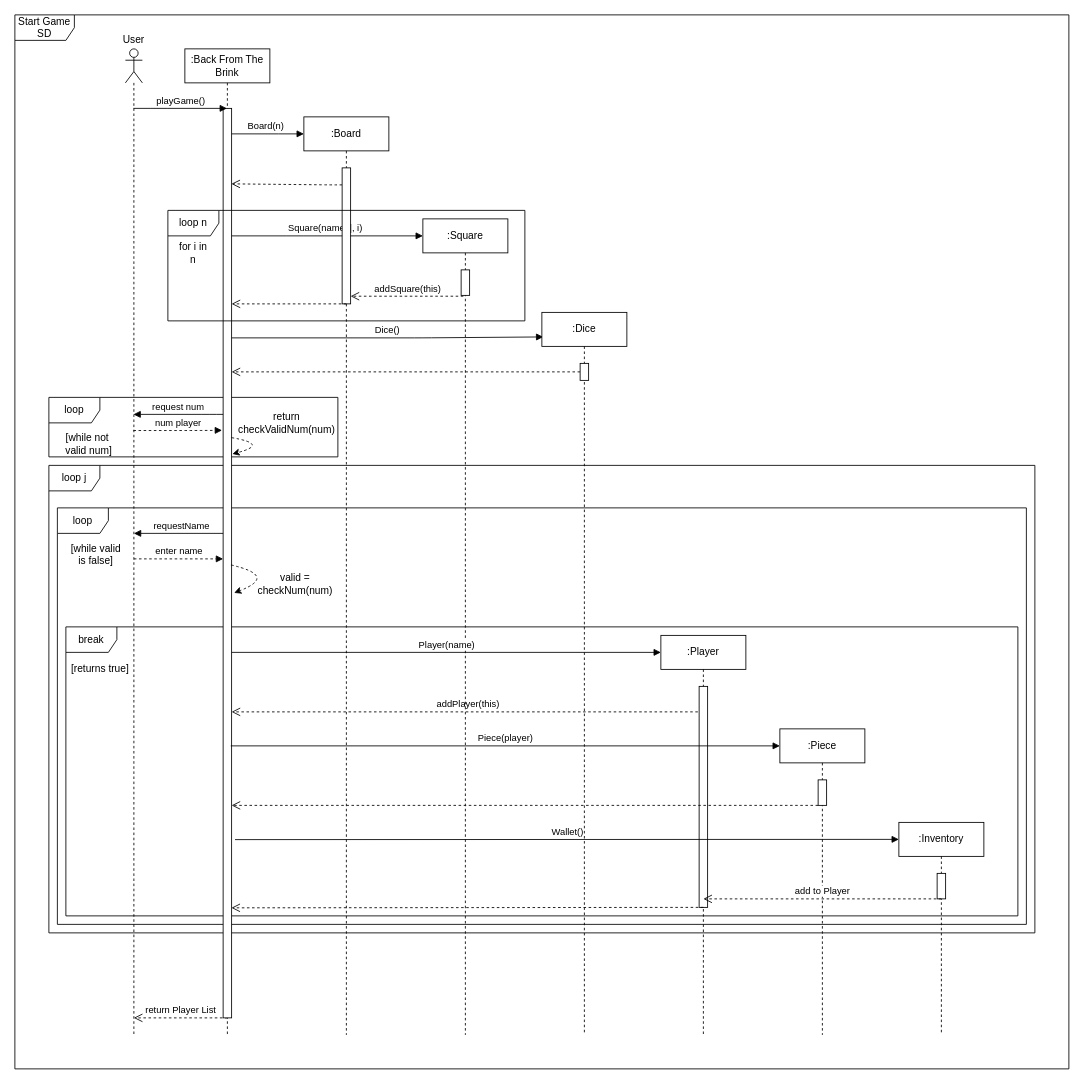
This is Documentation/Sequence Diagrams/Start Game SD (draft).drawio from cmcgarry5/csc2058-2021-g25, a draw.io file, before an edit. Source tidied: cells renumbered, new cells numbered last; positions are measured from the earlier drawing's top-left corner, leaving out a move shared by most shapes. Both pictures are drawn from the tidied source at 85%, with x=0, y=0 at pixel (14, 14).
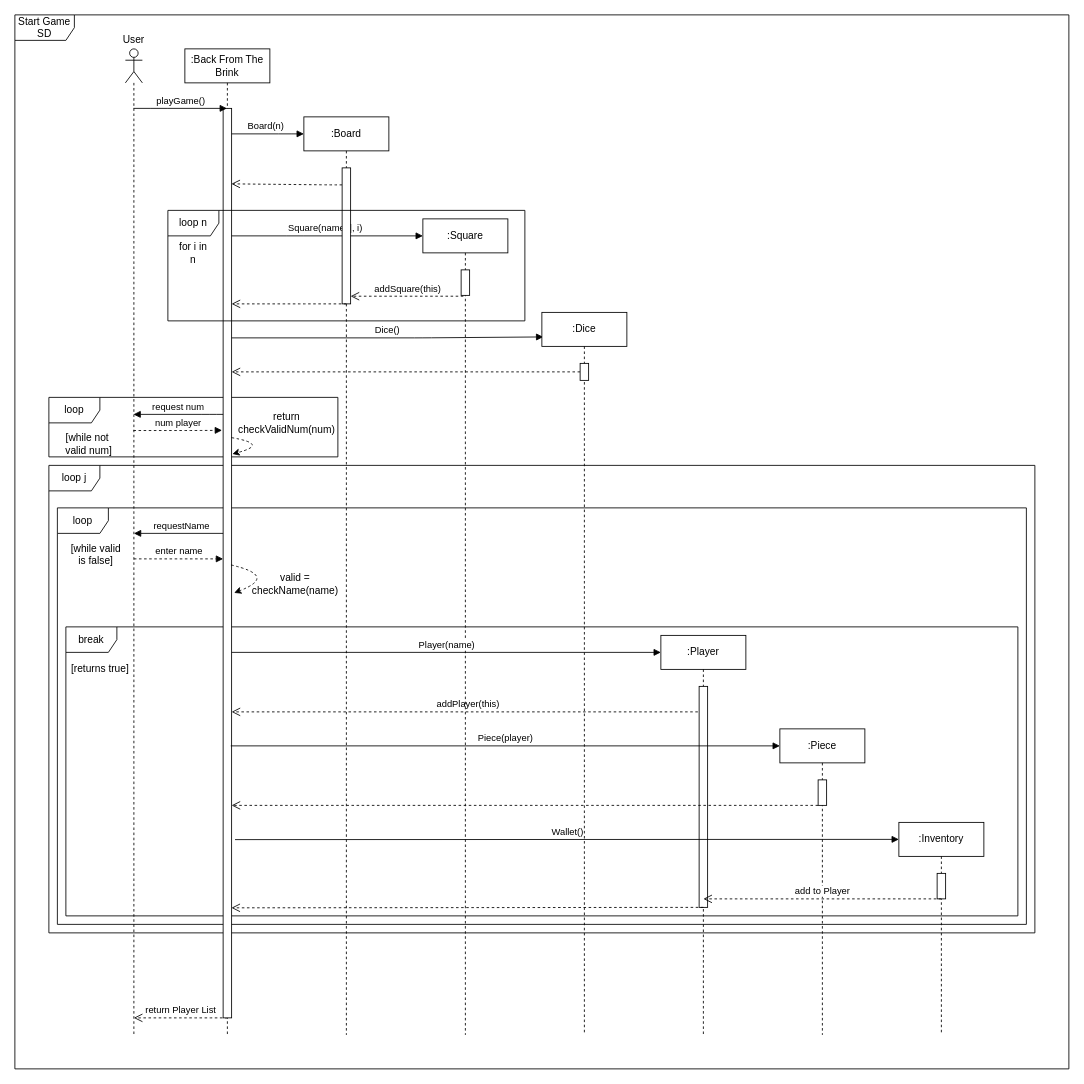
After the change.

Commit message:
Fixed Typo (Start Game SD)

The edit, as a diff of the source:
```diff
@@
-    <mxCell id="44" value="valid = checkNum(num)" style="text;html=1;strokeColor=none;fillColor=none;align=center;verticalAlign=middle;whiteSpace=wrap;rounded=0;" parent="1" vertex="1">
+    <mxCell id="44" value="valid = checkName(name)" style="text;html=1;strokeColor=none;fillColor=none;align=center;verticalAlign=middle;whiteSpace=wrap;rounded=0;" parent="1" vertex="1">
       <mxGeometry x="310" y="660" width="40" height="20" as="geometry" />
     </mxCell>
```
